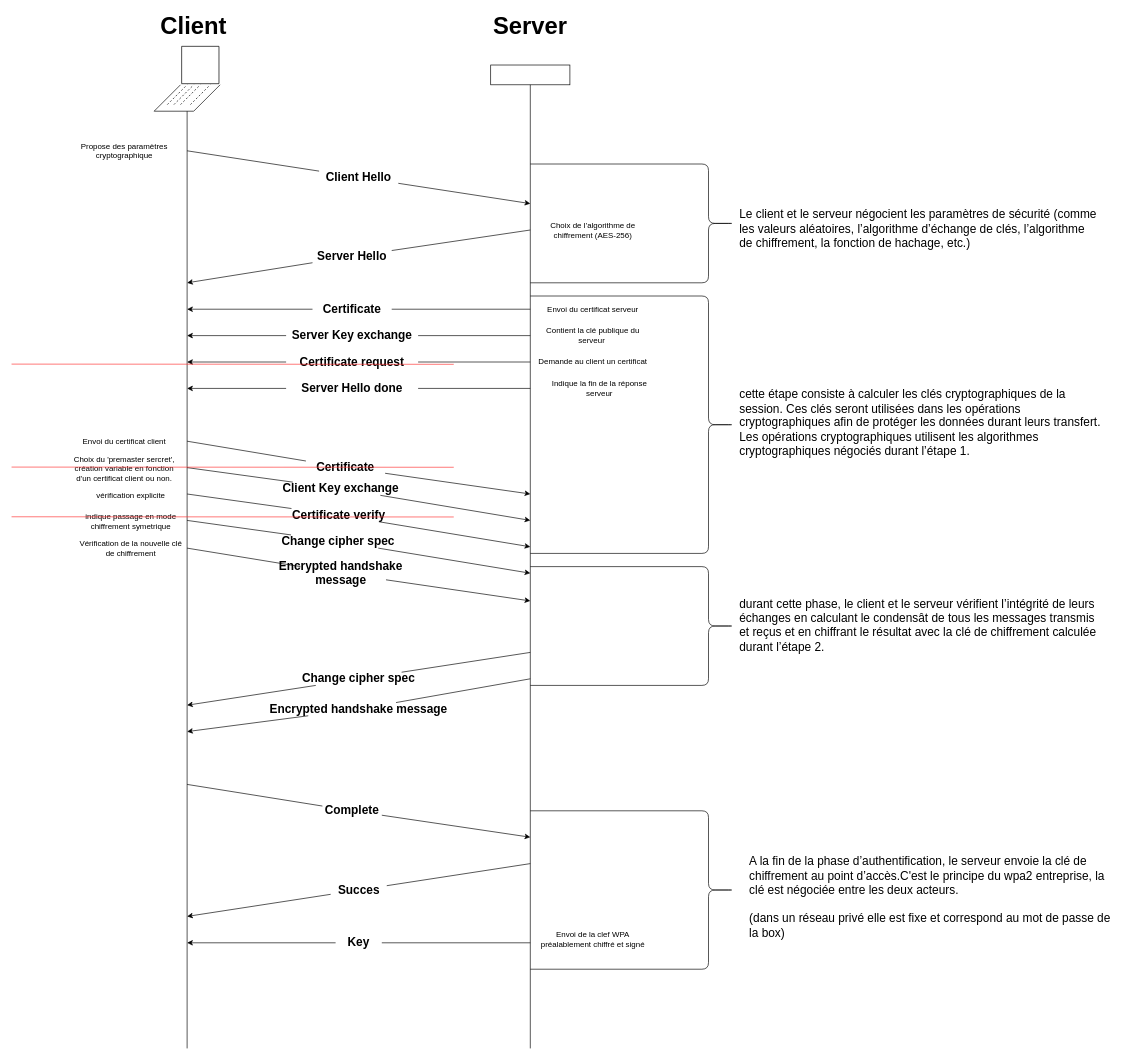
The draw.io diagram EAP-TLS.drawio in Gomonriou/Radius, before the edit. Source tidied: cells renumbered, new cells numbered last; positions are measured from the earlier drawing's top-left corner, leaving out a move shared by most shapes. Both pictures are drawn from the tidied source at 66%, with x=0, y=0 at pixel (11, 18).
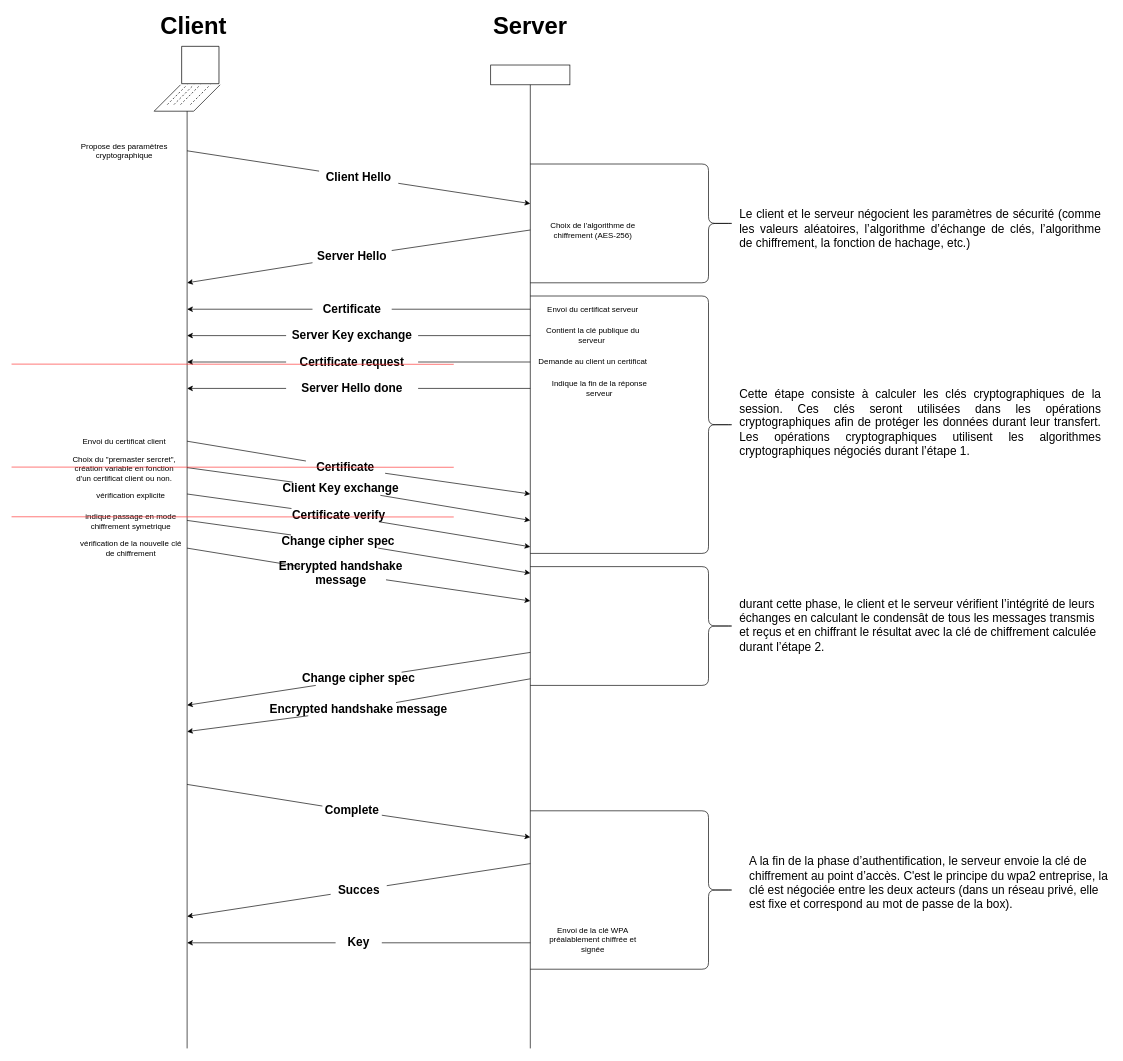
After the change.

What changed in the source:
```diff
@@
-    <mxCell id="72" value="Choix du 'premaster sercret', création variable en fonction d'un certificat client ou non." style="text;html=1;strokeColor=none;fillColor=none;align=center;verticalAlign=middle;whiteSpace=wrap;rounded=0;" parent="1" vertex="1">
+    <mxCell id="72" value="Choix du &quot;premaster sercret&quot;, création variable en fonction d'un certificat client ou non." style="text;html=1;strokeColor=none;fillColor=none;align=center;verticalAlign=middle;whiteSpace=wrap;rounded=0;" parent="1" vertex="1">
       <mxGeometry x="86" y="662" width="170" height="40" as="geometry" />
     </mxCell>
@@
-    <mxCell id="75" value="Vérification de la nouvelle clé de chiffrement" style="text;html=1;strokeColor=none;fillColor=none;align=center;verticalAlign=middle;whiteSpace=wrap;rounded=0;" parent="1" vertex="1">
+    <mxCell id="75" value="vérification de la nouvelle clé de chiffrement" style="text;html=1;strokeColor=none;fillColor=none;align=center;verticalAlign=middle;whiteSpace=wrap;rounded=0;" parent="1" vertex="1">
       <mxGeometry x="96" y="782" width="170" height="40" as="geometry" />
     </mxCell>
-    <mxCell id="76" value="Envoi de la clef WPA préalablement chiffré et signé" style="text;html=1;strokeColor=none;fillColor=none;align=center;verticalAlign=middle;whiteSpace=wrap;rounded=0;" parent="1" vertex="1">
+    <mxCell id="76" value="Envoi de la clé WPA préalablement chiffrée et signée" style="text;html=1;strokeColor=none;fillColor=none;align=center;verticalAlign=middle;whiteSpace=wrap;rounded=0;" parent="1" vertex="1">
       <mxGeometry x="796" y="1375" width="170" height="40" as="geometry" />
     </mxCell>
@@
-    <mxCell id="83" value="&lt;font style=&quot;font-size: 18px&quot;&gt;cette étape consiste à calculer les clés cryptographiques de la session. Ces clés seront utilisées dans les opérations cryptographiques afin de protéger les données durant leurs transfert. Les opérations cryptographiques utilisent les algorithmes cryptographiques négociés durant l’étape 1.&lt;/font&gt;" style="text;whiteSpace=wrap;html=1;" parent="1" vertex="1">
+    <mxCell id="83" value="&lt;div style=&quot;text-align: justify&quot;&gt;&lt;span style=&quot;font-size: 18px&quot;&gt;Cette étape consiste à calculer les clés cryptographiques de la session. Ces clés seront utilisées dans les opérations cryptographiques afin de protéger les données durant leur transfert. Les opérations cryptographiques utilisent les algorithmes cryptographiques négociés durant l’étape 1.&lt;/span&gt;&lt;/div&gt;" style="text;whiteSpace=wrap;html=1;" parent="1" vertex="1">
       <mxGeometry x="1101" y="552" width="550" height="118" as="geometry" />
     </mxCell>
@@
-    <mxCell id="85" value="&lt;font style=&quot;font-size: 18px&quot;&gt;A la fin de la phase d’authentification, le serveur envoie la clé de chiffrement au point d’accès.C'est le principe du wpa2 entreprise,&amp;nbsp;la clé est négociée entre les deux acteurs.&lt;br&gt;&lt;br&gt;(dans un réseau privé elle est fixe et correspond au mot de passe de la box)&lt;/font&gt;" style="text;whiteSpace=wrap;html=1;" parent="1" vertex="1">
+    <mxCell id="85" value="&lt;font style=&quot;font-size: 18px&quot;&gt;A la fin de la phase d’authentification, le serveur envoie la clé de chiffrement au point d’accès. C'est le principe du wpa2 entreprise,&amp;nbsp;la clé est négociée entre les deux acteurs (dans un réseau privé, elle est fixe et correspond au mot de passe de la box).&lt;/font&gt;" style="text;whiteSpace=wrap;html=1;" parent="1" vertex="1">
       <mxGeometry x="1116" y="1260" width="550" height="150" as="geometry" />
     </mxCell>
-    <mxCell id="86" value="&lt;font style=&quot;font-size: 18px&quot;&gt;Le client et le serveur négocient les paramètres de sécurité (comme les valeurs aléatoires, l’algorithme d’échange de clés, l’algorithme de chiffrement, la fonction de hachage, etc.)&lt;/font&gt;" style="text;whiteSpace=wrap;html=1;" parent="1" vertex="1">
+    <mxCell id="86" value="&lt;div style=&quot;text-align: justify&quot;&gt;&lt;span style=&quot;font-size: 18px&quot;&gt;Le client et le serveur négocient les paramètres de sécurité (comme les valeurs aléatoires, l’algorithme d’échange de clés, l’algorithme de chiffrement, la fonction de hachage, etc.)&lt;/span&gt;&lt;/div&gt;" style="text;whiteSpace=wrap;html=1;" parent="1" vertex="1">
       <mxGeometry x="1101" y="280" width="550" height="80" as="geometry" />
     </mxCell>
```
